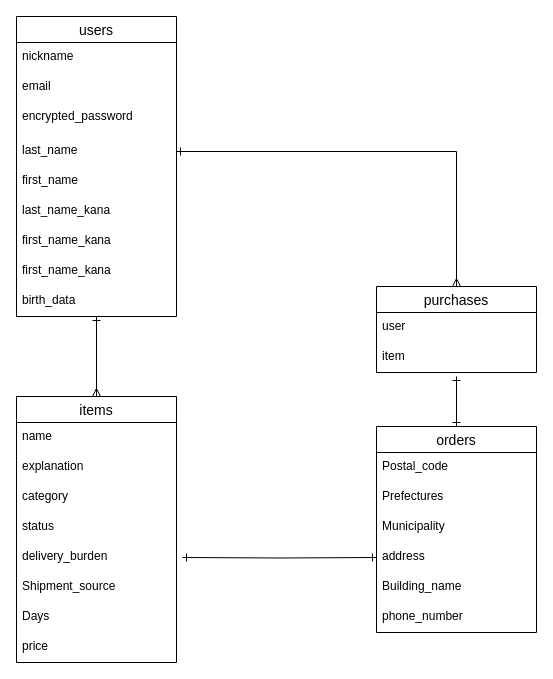
Above: furimo.dio in KimFight/furima-32013 (draw.io), before the change. Source tidied: cells renumbered, new cells numbered last; positions are measured from the earlier drawing's top-left corner, leaving out a move shared by most shapes. Both pictures are drawn from the tidied source at 100%, with x=0, y=0 at pixel (16, 16).
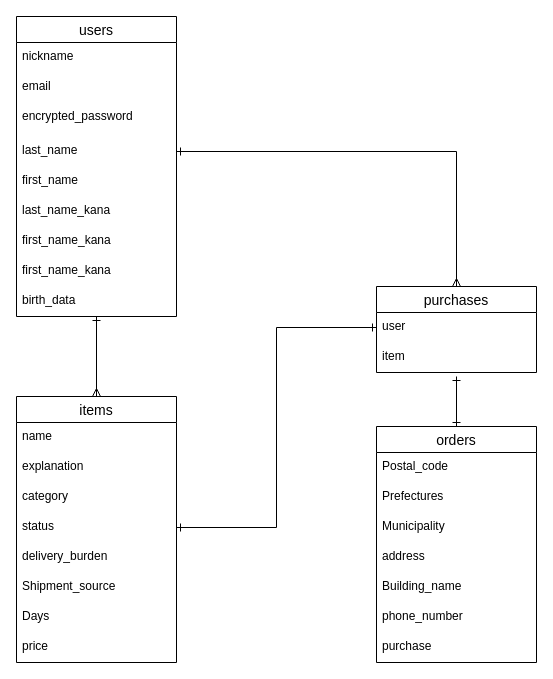
After the change.

The change refers to these unchanged cells:
```xml
<mxCell id="7" value="status" style="text;strokeColor=none;fillColor=none;spacingLeft=4;spacingRight=4;overflow=hidden;points=[[0,0.5],[1,0.5]];portConstraint=eastwest;fontSize=12;" parent="3" vertex="1">
  <mxGeometry y="116" width="160" height="30" as="geometry" />
</mxCell>
<mxCell id="17" value="address" style="text;strokeColor=none;fillColor=none;spacingLeft=4;spacingRight=4;overflow=hidden;points=[[0,0.5],[1,0.5]];portConstraint=eastwest;fontSize=12;" parent="13" vertex="1">
  <mxGeometry y="116" width="160" height="30" as="geometry" />
</mxCell>
<mxCell id="32" value="user" style="text;strokeColor=none;fillColor=none;spacingLeft=4;spacingRight=4;overflow=hidden;points=[[0,0.5],[1,0.5]];portConstraint=eastwest;fontSize=12;" parent="31" vertex="1">
  <mxGeometry y="26" width="160" height="30" as="geometry" />
</mxCell>
```

What changed in the source:
```diff
@@
-    <mxCell id="2" style="edgeStyle=orthogonalEdgeStyle;rounded=0;jettySize=auto;html=1;entryX=0;entryY=0.5;entryDx=0;entryDy=0;startArrow=ERone;startFill=0;endArrow=ERone;endFill=0;" parent="1" edge="1" target="17">
-      <mxGeometry relative="1" as="geometry">
-        <mxPoint x="166" y="541" as="sourcePoint" />
-      </mxGeometry>
-    </mxCell>
@@
     <mxCell id="13" value="orders" style="swimlane;fontStyle=0;horizontal=1;startSize=26;align=center;fontSize=14;" parent="1" vertex="1">
-      <mxGeometry x="360" y="410" width="160" height="206" as="geometry" />
+      <mxGeometry x="360" y="410" width="160" height="236" as="geometry" />
     </mxCell>
@@
+    <mxCell id="35" value="purchase" style="text;strokeColor=none;fillColor=none;spacingLeft=4;spacingRight=4;overflow=hidden;fontSize=12;" parent="13" vertex="1">
+      <mxGeometry y="206" width="160" height="30" as="geometry" />
+    </mxCell>
@@
+    <mxCell id="36" style="edgeStyle=orthogonalEdgeStyle;rounded=0;jettySize=auto;html=1;entryX=0;entryY=0.5;entryDx=0;entryDy=0;startArrow=ERone;startFill=0;endArrow=ERone;endFill=0;" parent="1" edge="1" source="7" target="32">
+      <mxGeometry relative="1" as="geometry" />
+    </mxCell>
```
